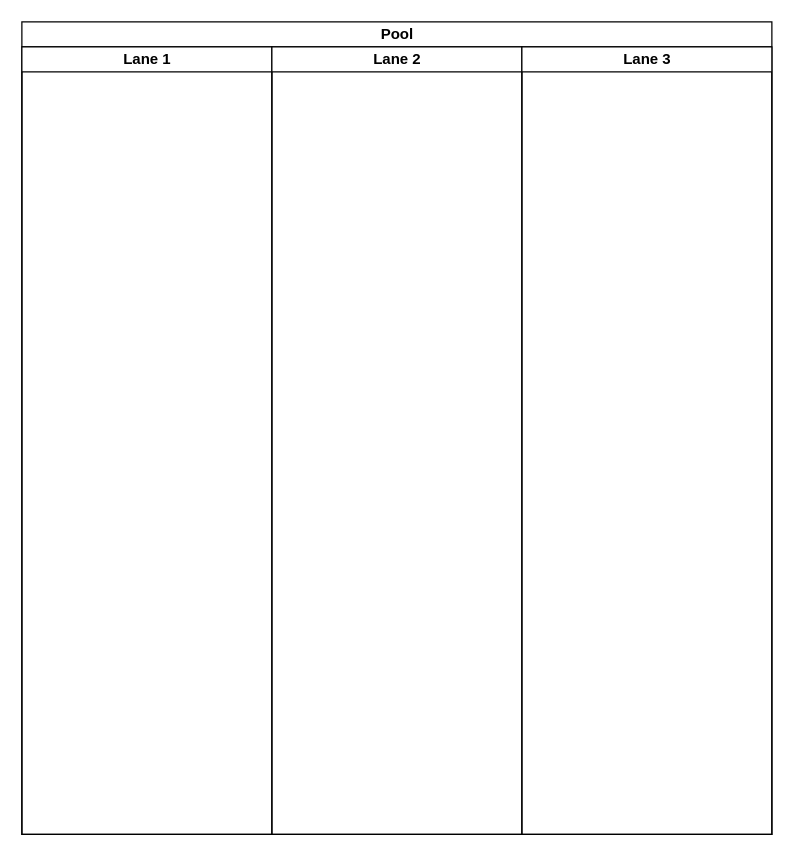
Earlier version of the draw.io diagram banpin_app_data_flow.drawio (thunwara/BanPinExploreDocument). Source tidied: cells renumbered, new cells numbered last; positions are measured from the earlier drawing's top-left corner, leaving out a move shared by most shapes. Both pictures are drawn from the tidied source at 125%, with x=0, y=0 at pixel (21, 21).
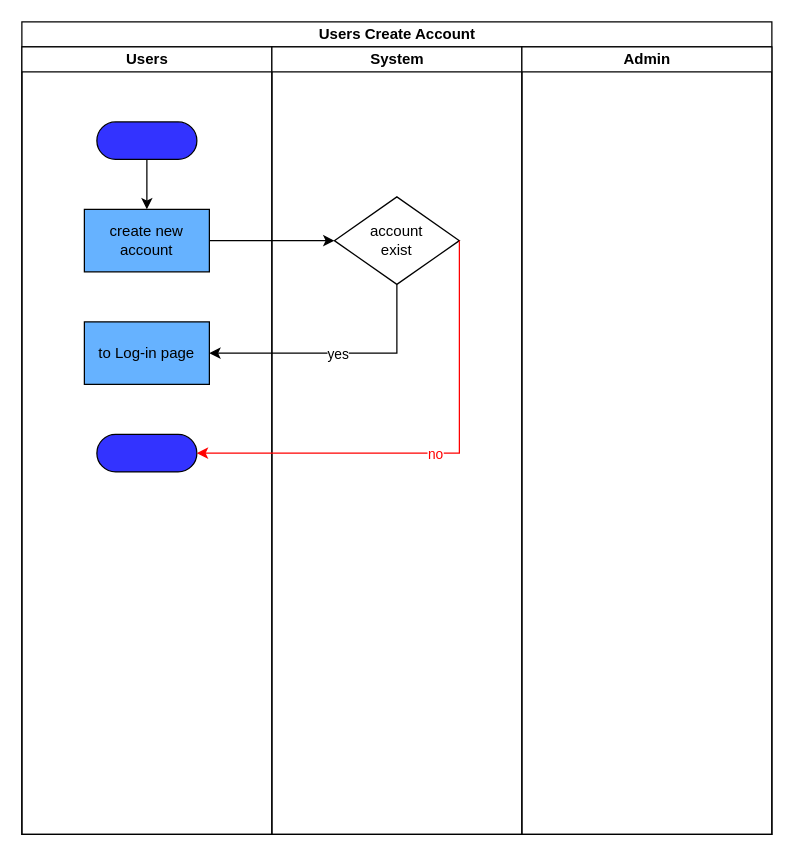
Above is the later version.

Commit message:
user create account

Diff of the diagram source:
```diff
@@
 <mxGraphModel>
   <root>
     <mxCell id="0" />
     <mxCell id="1" parent="0" />
-    <mxCell id="2" value="Pool" style="swimlane;startSize=20;html=1;" parent="1" vertex="1">
+    <mxCell id="2" value="Users Create Account" style="swimlane;startSize=20;html=1;" parent="1" vertex="1">
       <mxGeometry width="600" height="650" as="geometry" />
     </mxCell>
-    <mxCell id="3" value="Lane 1" style="swimlane;startSize=20;html=1;" parent="2" vertex="1">
+    <mxCell id="3" value="Users" style="swimlane;startSize=20;html=1;" parent="2" vertex="1">
       <mxGeometry y="20" width="200" height="630" as="geometry" />
     </mxCell>
+    <mxCell id="6" style="edgeStyle=orthogonalEdgeStyle;rounded=0;jettySize=auto;html=1;entryX=0.5;entryY=0;entryDx=0;entryDy=0;" parent="3" edge="1" source="7" target="8">
+      <mxGeometry relative="1" as="geometry" />
+    </mxCell>
+    <mxCell id="7" style="html=1;dashed=0;whiteSpace=wrap;shape=mxgraph.dfd.start;fillColor=#3333FF;" parent="3" vertex="1">
+      <mxGeometry x="60" y="60" width="80" height="30" as="geometry" />
+    </mxCell>
+    <mxCell id="8" value="create new account" style="html=1;dashed=0;whiteSpace=wrap;fillColor=#66B2FF;" parent="3" vertex="1">
+      <mxGeometry x="50" y="130" width="100" height="50" as="geometry" />
+    </mxCell>
+    <mxCell id="9" value="to Log-in page" style="html=1;dashed=0;whiteSpace=wrap;fillColor=#66B2FF;" parent="3" vertex="1">
+      <mxGeometry x="50" y="220" width="100" height="50" as="geometry" />
+    </mxCell>
+    <mxCell id="10" style="html=1;dashed=0;whiteSpace=wrap;shape=mxgraph.dfd.start;fillColor=#3333FF;" parent="3" vertex="1">
+      <mxGeometry x="60" y="310" width="80" height="30" as="geometry" />
+    </mxCell>
-    <mxCell id="4" value="Lane 2" style="swimlane;startSize=20;html=1;" parent="2" vertex="1">
+    <mxCell id="4" value="System" style="swimlane;startSize=20;html=1;" parent="2" vertex="1">
       <mxGeometry x="200" y="20" width="200" height="630" as="geometry" />
     </mxCell>
+    <mxCell id="11" value="account&lt;br&gt;exist" style="strokeWidth=1;html=1;shape=mxgraph.flowchart.decision;whiteSpace=wrap;" parent="4" vertex="1">
+      <mxGeometry x="50" y="120" width="100" height="70" as="geometry" />
+    </mxCell>
-    <mxCell id="5" value="Lane 3" style="swimlane;startSize=20;html=1;" parent="2" vertex="1">
+    <mxCell id="5" value="Admin" style="swimlane;startSize=20;html=1;" parent="2" vertex="1">
       <mxGeometry x="400" y="20" width="200" height="630" as="geometry" />
     </mxCell>
+    <mxCell id="12" style="edgeStyle=orthogonalEdgeStyle;rounded=0;jettySize=auto;html=1;entryX=0;entryY=0.5;entryDx=0;entryDy=0;entryPerimeter=0;" parent="2" edge="1" source="8" target="11">
+      <mxGeometry relative="1" as="geometry" />
+    </mxCell>
+    <mxCell id="13" style="edgeStyle=orthogonalEdgeStyle;rounded=0;jettySize=auto;html=1;entryX=1;entryY=0.5;entryDx=0;entryDy=0;" parent="2" edge="1" source="11" target="9">
+      <mxGeometry relative="1" as="geometry">
+        <Array as="points">
+          <mxPoint x="300" y="265" />
+        </Array>
+      </mxGeometry>
+    </mxCell>
+    <mxCell id="14" value="yes" style="edgeLabel;html=1;align=center;verticalAlign=middle;" parent="13" vertex="1">
+      <mxGeometry relative="1" as="geometry" />
+    </mxCell>
+    <mxCell id="15" style="edgeStyle=orthogonalEdgeStyle;rounded=0;jettySize=auto;html=1;entryX=1;entryY=0.5;entryDx=0;entryDy=0;entryPerimeter=0;exitX=1;exitY=0.5;exitDx=0;exitDy=0;exitPerimeter=0;strokeColor=#FF0000;" parent="2" edge="1" source="11" target="10">
+      <mxGeometry relative="1" as="geometry">
+        <Array as="points">
+          <mxPoint x="350" y="345" />
+        </Array>
+      </mxGeometry>
+    </mxCell>
+    <mxCell id="16" value="no" style="edgeLabel;html=1;align=center;verticalAlign=middle;fontColor=#FF0000;" parent="15" vertex="1">
+      <mxGeometry relative="1" as="geometry" />
+    </mxCell>
   </root>
 </mxGraphModel>
```
